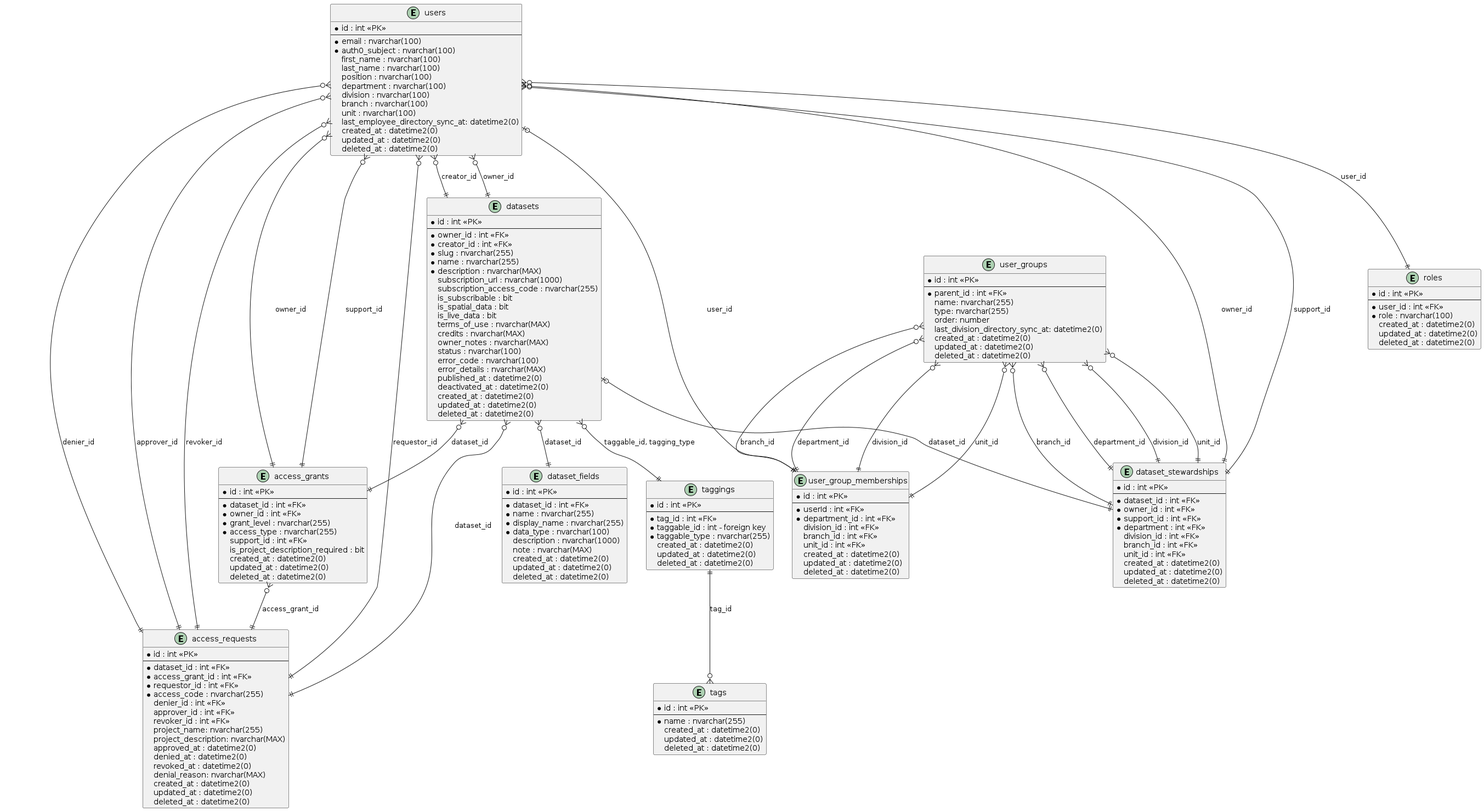
Above: _Design/Entity Relationship Diagrams.png in ytgov/internal-data-portal (PlantUML), before the change.
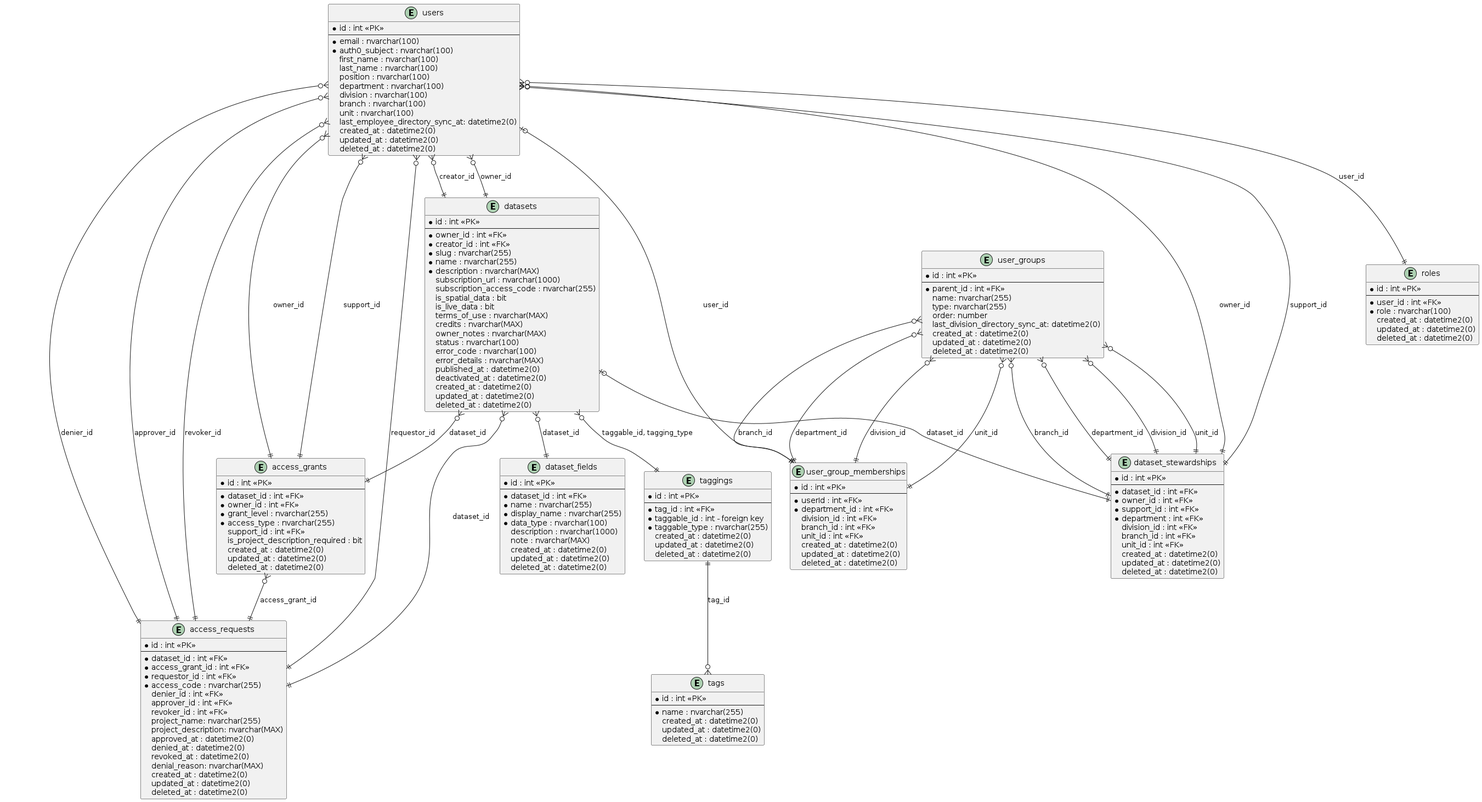
The same diagram one commit later.

Commit message:
:tophat: Update entity diagram to remove is_subscriable field.

Change to the diagram source:
```diff
@@ -73,7 +73,6 @@
   * description : nvarchar(MAX)
   subscription_url : nvarchar(1000)
   subscription_access_code : nvarchar(255)
-  is_subscribable : bit
   is_spatial_data : bit
   is_live_data : bit
   terms_of_use : nvarchar(MAX)
```
